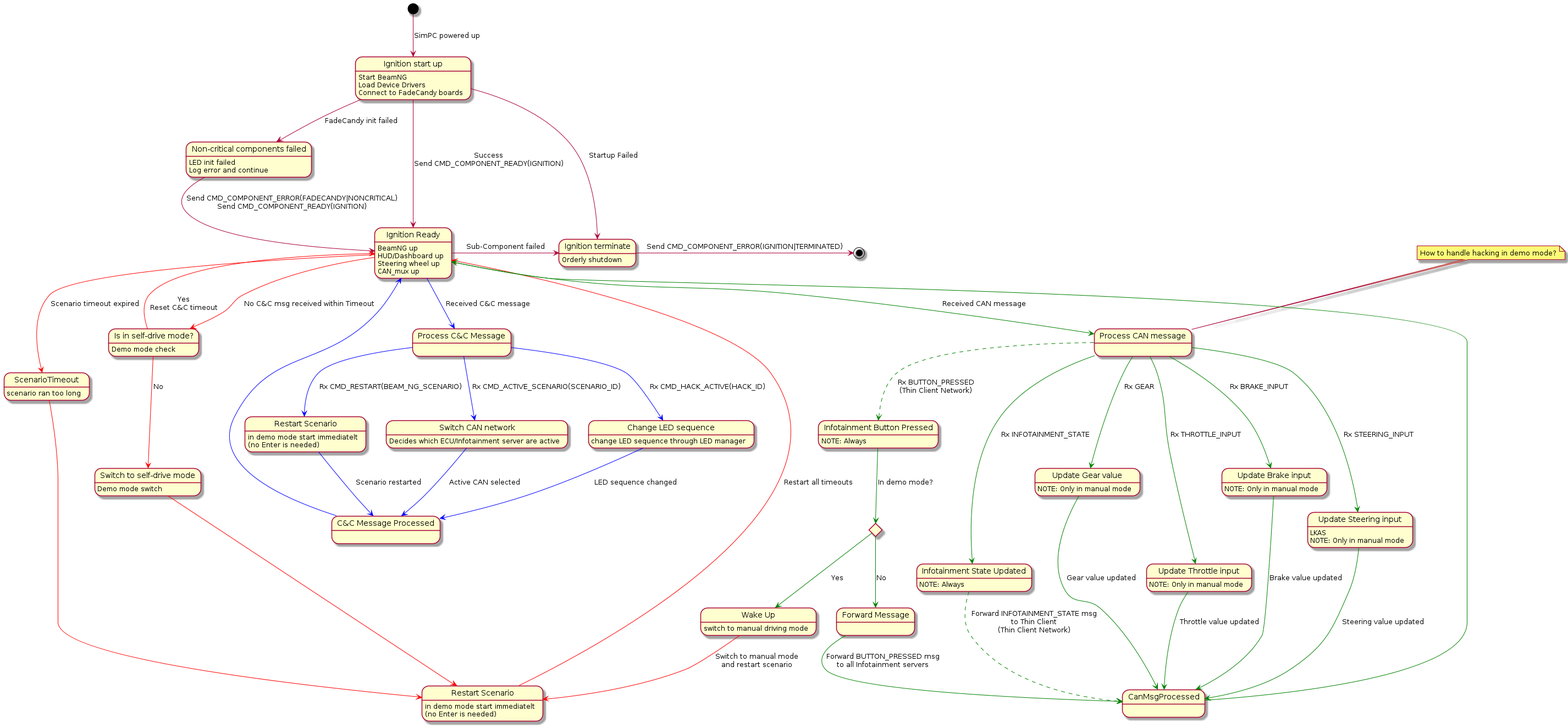
Above: fett/cyberPhys/specs/state_machine_ignition.png in GaloisInc/BESSPIN-Tool-Suite (PlantUML), before the change.
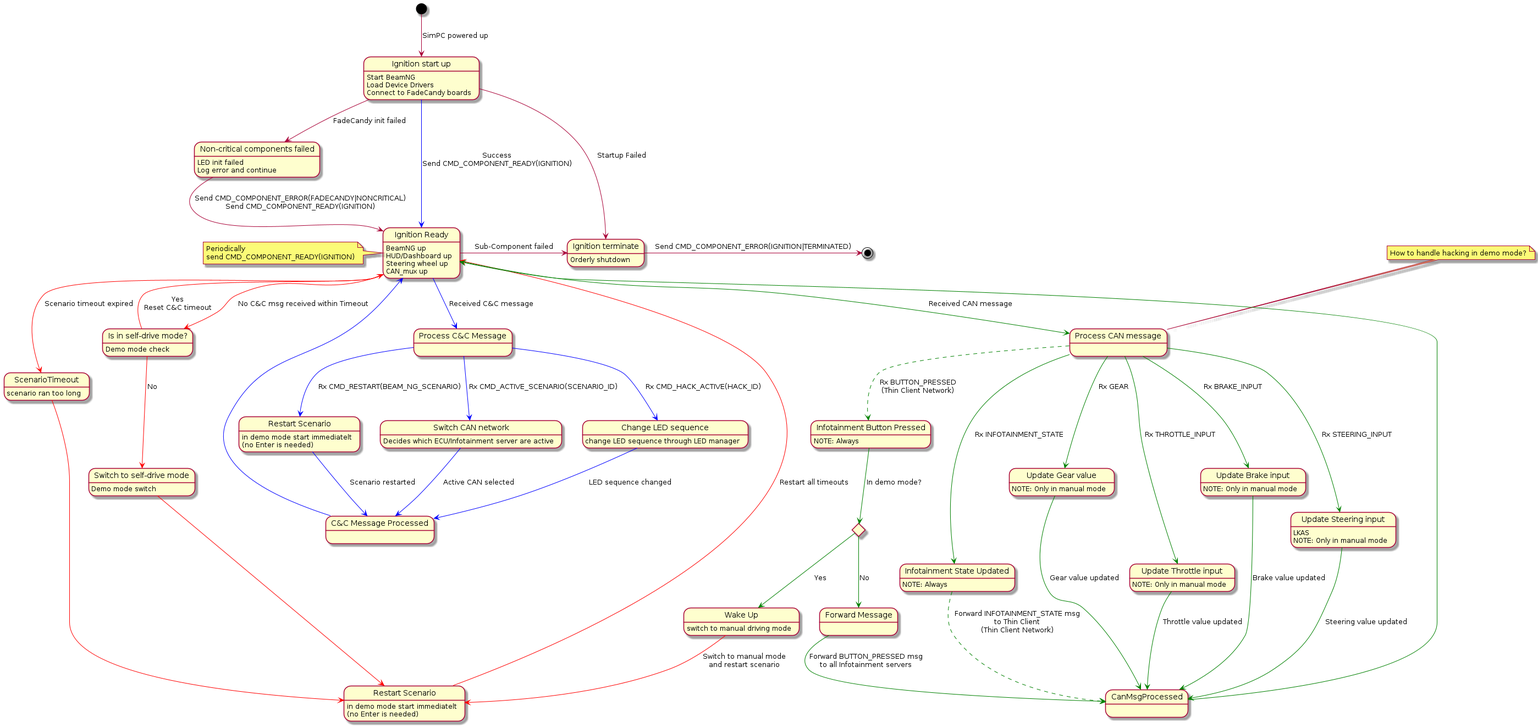
Above is the later version.

Commit message:
Add periodical sending of CMD_COMPONENT_READY to avoid loosing the ready message upon startup (helps with synchronization of the components)

Diff of the diagram source:
```diff
@@ -12,7 +12,8 @@
 
 IgnitionLedInitFailed --> IgnitionReady: Send CMD_COMPONENT_ERROR(FADECANDY|NONCRITICAL)\nSend CMD_COMPONENT_READY(IGNITION)
 
-IgnitionUp --> IgnitionReady: Success\nSend CMD_COMPONENT_READY(IGNITION)
+IgnitionUp -[#blue]-> IgnitionReady: Success\nSend CMD_COMPONENT_READY(IGNITION)
+note left of IgnitionReady: Periodically\nsend CMD_COMPONENT_READY(IGNITION)
 state "Ignition Ready" as IgnitionReady
 IgnitionReady: BeamNG up
 IgnitionReady: HUD/Dashboard up
```
